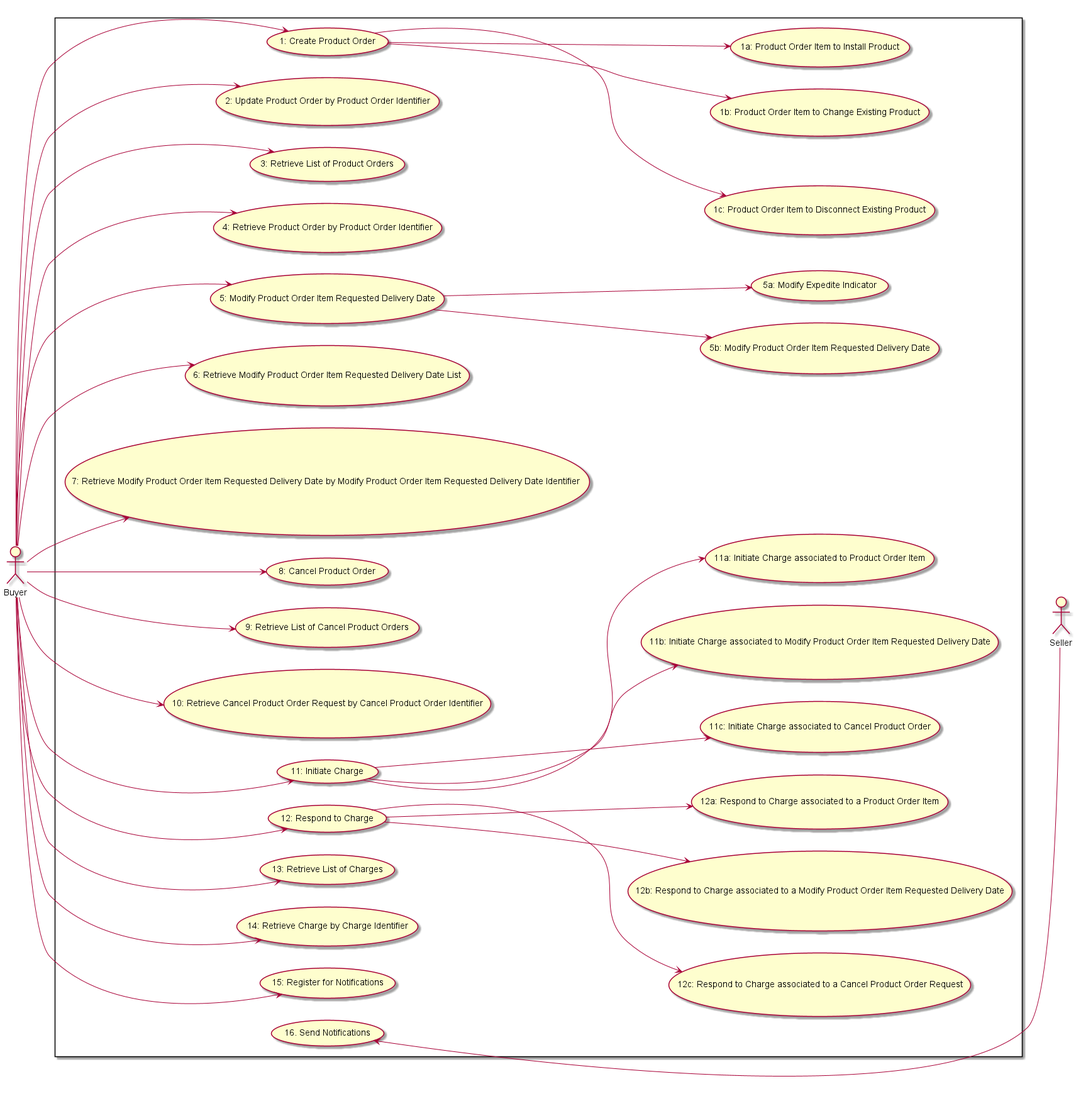
The PlantUML diagram documentation/productApi/order/media/useCases.png in MEF-GIT/MEF-LSO-Sonata-SDK, before a commit. Its diagram source:
```plantuml
@startuml

left to right direction
actor Seller
actor Buyer

rectangle {
Buyer --> (1: Create Product Order)
Buyer --> (2: Update Product Order by Product Order Identifier)
(1: Create Product Order) --> (1c: Product Order Item to Disconnect Existing Product)
(1: Create Product Order) --> (1b: Product Order Item to Change Existing Product)
(1: Create Product Order) --> (1a: Product Order Item to Install Product)

Buyer --> (3: Retrieve List of Product Orders)
Buyer --> (4: Retrieve Product Order by Product Order Identifier)
Buyer --> (5: Modify Product Order Item Requested Delivery Date)
(5: Modify Product Order Item Requested Delivery Date) --> (5b: Modify Product Order Item Requested Delivery Date)
(5: Modify Product Order Item Requested Delivery Date) --> (5a: Modify Expedite Indicator)

Buyer --> (6: Retrieve Modify Product Order Item Requested Delivery Date List)
Buyer --> (7: Retrieve Modify Product Order Item Requested Delivery Date by Modify Product Order Item Requested Delivery Date Identifier )
Buyer --> (8: Cancel Product Order)
Buyer --> (9: Retrieve List of Cancel Product Orders)
Buyer --> (10: Retrieve Cancel Product Order Request by Cancel Product Order Identifier)
Buyer --> (11: Initiate Charge)

(11: Initiate Charge) --> (11c: Initiate Charge associated to Cancel Product Order)
(11: Initiate Charge) --> (11b: Initiate Charge associated to Modify Product Order Item Requested Delivery Date)
(11: Initiate Charge) --> (11a: Initiate Charge associated to Product Order Item)

Buyer --> (12: Respond to Charge)
(12: Respond to Charge) --> (12c: Respond to Charge associated to a Cancel Product Order Request)
(12: Respond to Charge) --> (12b: Respond to Charge associated to a Modify Product Order Item Requested Delivery Date)
(12: Respond to Charge) --> (12a: Respond to Charge associated to a Product Order Item)

Buyer --> (13: Retrieve List of Charges)
Buyer --> (14: Retrieve Charge by Charge Identifier)
Buyer --> (15: Register for Notifications)
(16. Send Notifications) <-- Seller

Seller -[hidden]up-> (1c: Product Order Item to Disconnect Existing Product)

}

@enduml
```
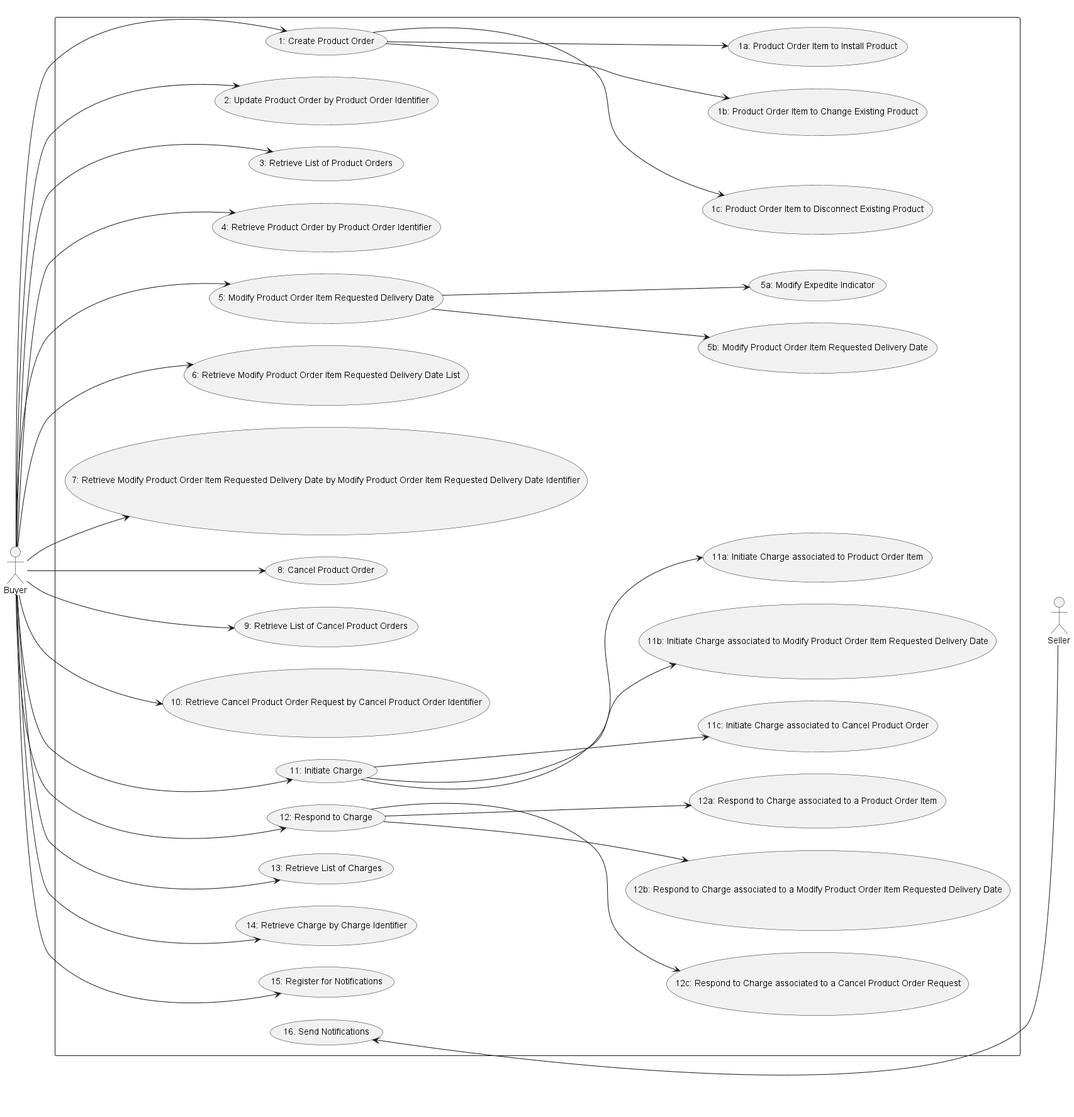
Later version of the same file.

Diff of the diagram source:
```diff
@@ -18,7 +18,7 @@
 (5: Modify Product Order Item Requested Delivery Date) --> (5a: Modify Expedite Indicator)
 
 Buyer --> (6: Retrieve Modify Product Order Item Requested Delivery Date List)
-Buyer --> (7: Retrieve Modify Product Order Item Requested Delivery Date by Modify Product Order Item Requested Delivery Date Identifier )
+Buyer --> (7: Retrieve Modify Product Order Item Requested Delivery Date by Modify Product Order Item Requested Delivery Date Identifier)
 Buyer --> (8: Cancel Product Order)
 Buyer --> (9: Retrieve List of Cancel Product Orders)
 Buyer --> (10: Retrieve Cancel Product Order Request by Cancel Product Order Identifier)
```
